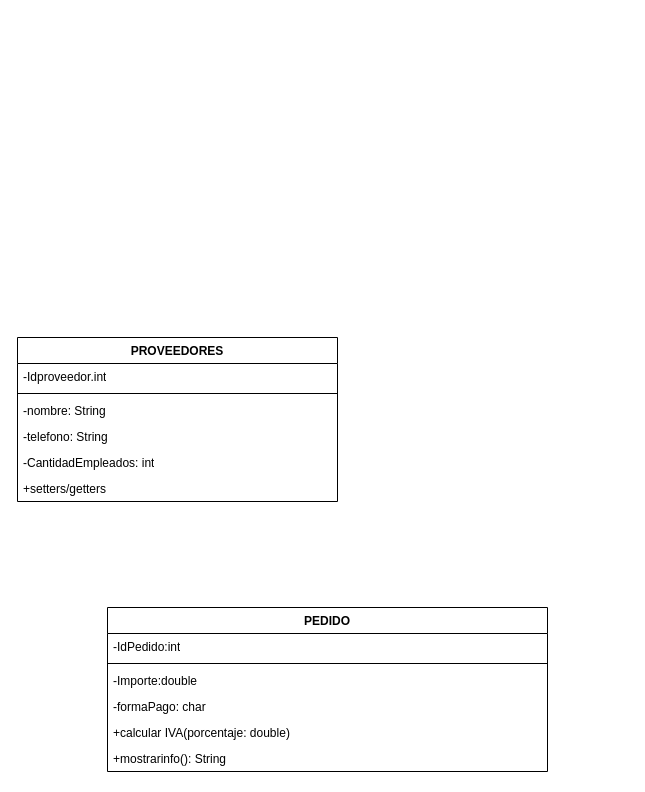
Above: Diagrama sin título.drawio in Tzveta44/OctubreBuclesString (draw.io), before the change. Source tidied: cells renumbered, new cells numbered last; positions are measured from the earlier drawing's top-left corner, leaving out a move shared by most shapes. Both pictures are drawn from the tidied source at 100%, with x=0, y=0 at pixel (17, 337).
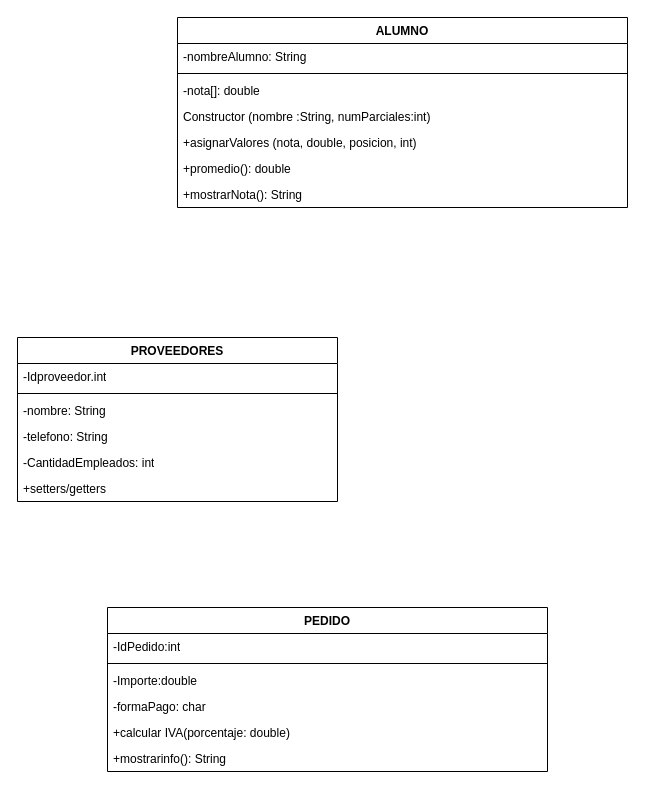
After the change.

Diff of the diagram source:
```diff
@@
+    <mxCell id="16" value="ALUMNO" style="swimlane;fontStyle=1;align=center;verticalAlign=top;horizontal=1;startSize=26;whiteSpace=wrap;html=1;" parent="1" vertex="1">
+      <mxGeometry x="160" y="-320" width="450" height="190" as="geometry" />
+    </mxCell>
+    <mxCell id="17" value="-nombreAlumno: String" style="text;strokeColor=none;fillColor=none;align=left;verticalAlign=top;spacingLeft=4;spacingRight=4;overflow=hidden;whiteSpace=wrap;html=1;" parent="16" vertex="1">
+      <mxGeometry y="26" width="450" height="26" as="geometry" />
+    </mxCell>
+    <mxCell id="18" style="line;strokeWidth=1;fillColor=none;align=left;verticalAlign=middle;spacingTop=-1;spacingLeft=3;spacingRight=3;labelPosition=right;strokeColor=inherit;" parent="16" vertex="1">
+      <mxGeometry y="52" width="450" height="8" as="geometry" />
+    </mxCell>
+    <mxCell id="19" value="-nota[]: double&lt;br&gt;" style="text;strokeColor=none;fillColor=none;align=left;verticalAlign=top;spacingLeft=4;spacingRight=4;overflow=hidden;whiteSpace=wrap;html=1;" parent="16" vertex="1">
+      <mxGeometry y="60" width="450" height="26" as="geometry" />
+    </mxCell>
+    <mxCell id="20" value="Constructor (nombre :String, numParciales:int)" style="text;strokeColor=none;fillColor=none;align=left;verticalAlign=top;spacingLeft=4;spacingRight=4;overflow=hidden;whiteSpace=wrap;html=1;" parent="16" vertex="1">
+      <mxGeometry y="86" width="450" height="26" as="geometry" />
+    </mxCell>
+    <mxCell id="21" value="+asignarValores (nota, double, posicion, int)" style="text;strokeColor=none;fillColor=none;align=left;verticalAlign=top;spacingLeft=4;spacingRight=4;overflow=hidden;whiteSpace=wrap;html=1;" parent="16" vertex="1">
+      <mxGeometry y="112" width="450" height="26" as="geometry" />
+    </mxCell>
+    <mxCell id="22" value="+promedio(): double" style="text;strokeColor=none;fillColor=none;align=left;verticalAlign=top;spacingLeft=4;spacingRight=4;overflow=hidden;whiteSpace=wrap;html=1;" parent="16" vertex="1">
+      <mxGeometry y="138" width="450" height="26" as="geometry" />
+    </mxCell>
+    <mxCell id="23" value="+mostrarNota(): String" style="text;strokeColor=none;fillColor=none;align=left;verticalAlign=top;spacingLeft=4;spacingRight=4;overflow=hidden;whiteSpace=wrap;html=1;" parent="16" vertex="1">
+      <mxGeometry y="164" width="450" height="26" as="geometry" />
+    </mxCell>
```
